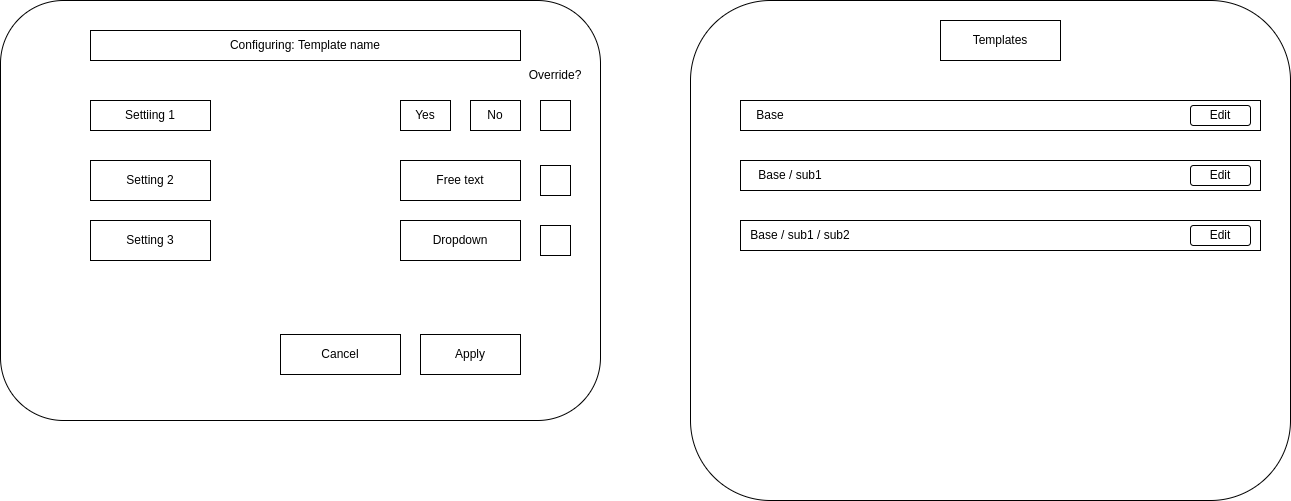
Before: src/img/wireframes.png, a diagram exported from draw.io (ThymoNL/thesis). Source tidied: cells renumbered, new cells last; positions are measured from the earlier drawing's top-left corner, leaving out a move shared by most shapes.
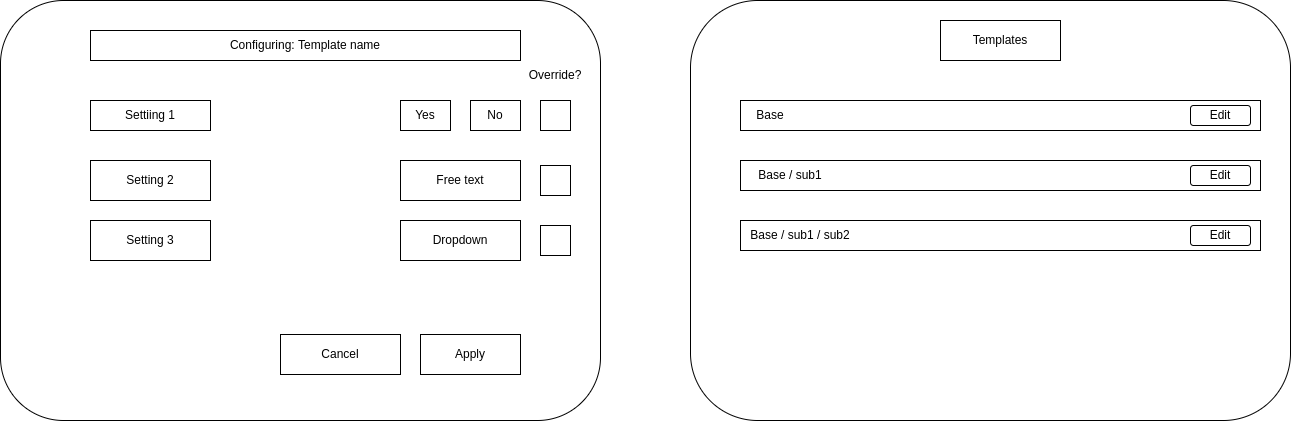
After the change.

The edit, as a diff of the source:
```diff
@@ -36,7 +36,7 @@
       <mxGeometry x="280" y="334" width="120" height="40" as="geometry" />
     </mxCell>
     <mxCell id="13" style="rounded=1;whiteSpace=wrap;html=1;arcSize=16;" parent="1" vertex="1">
-      <mxGeometry x="690" width="600" height="500" as="geometry" />
+      <mxGeometry x="690" width="600" height="420" as="geometry" />
     </mxCell>
     <mxCell id="14" value="Templates" style="rounded=0;whiteSpace=wrap;html=1;" parent="1" vertex="1">
       <mxGeometry x="940" y="20" width="120" height="40" as="geometry" />
@@ -80,5 +80,8 @@
     <mxCell id="27" value="Edit" style="rounded=1;whiteSpace=wrap;html=1;" parent="1" vertex="1">
       <mxGeometry x="1190" y="225" width="60" height="20" as="geometry" />
     </mxCell>
+    <mxCell id="28" style="edgeStyle=orthogonalEdgeStyle;rounded=0;orthogonalLoop=1;jettySize=auto;html=1;exitX=0.5;exitY=1;exitDx=0;exitDy=0;" parent="1" edge="1" source="13" target="13">
+      <mxGeometry relative="1" as="geometry" />
+    </mxCell>
   </root>
 </mxGraphModel>
```
